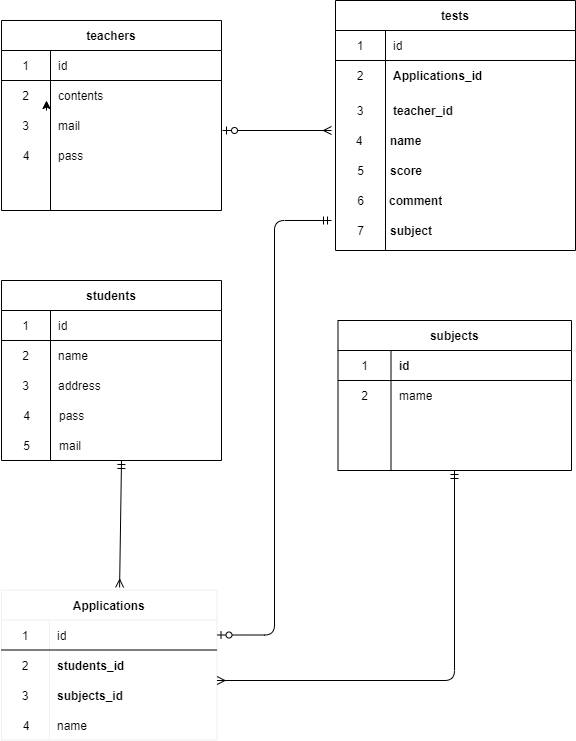
Above: index.drawio.png in konomi0527/20210724kato (draw.io), before the change. Source tidied: cells renumbered, new cells last; positions are measured from the earlier drawing's top-left corner, leaving out a move shared by most shapes.
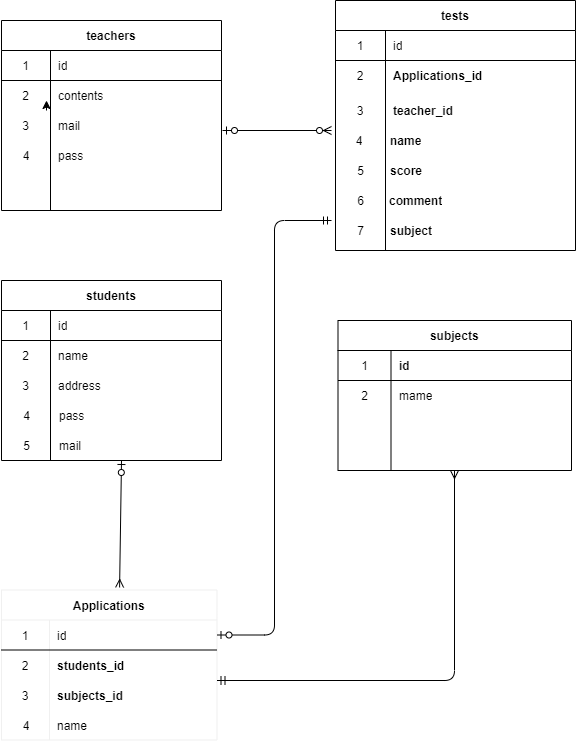
After the commit.

Commit message:
修正内容が分かるコミットメッセージ

What changed in the source:
```diff
@@ -200,18 +200,18 @@
     <mxCell id="66" value="name" style="shape=partialRectangle;html=1;whiteSpace=wrap;fillColor=none;top=0;left=0;bottom=0;right=0;align=left;spacingLeft=6;overflow=hidden;" parent="1" vertex="1">
       <mxGeometry x="47.5" y="709.5" width="168" height="30" as="geometry" />
     </mxCell>
-    <mxCell id="67" style="endArrow=ERmandOne;html=1;exitX=0.548;exitY=-0.017;exitDx=0;exitDy=0;exitPerimeter=0;startArrow=ERmany;startFill=0;endFill=0;" parent="1" edge="1" source="52">
+    <mxCell id="67" style="endArrow=ERzeroToOne;html=1;exitX=0.548;exitY=-0.017;exitDx=0;exitDy=0;exitPerimeter=0;startArrow=ERmany;startFill=0;endFill=1;" parent="1" edge="1" source="52">
       <mxGeometry relative="1" as="geometry">
         <mxPoint x="120" y="460" as="targetPoint" />
       </mxGeometry>
     </mxCell>
-    <mxCell id="68" style="endArrow=ERmany;html=1;endFill=0;startArrow=ERzeroToOne;startFill=1;" parent="1" edge="1">
+    <mxCell id="68" style="endArrow=ERzeroToMany;html=1;endFill=1;startArrow=ERzeroToOne;startFill=1;" parent="1" edge="1">
       <mxGeometry relative="1" as="geometry">
         <mxPoint x="221" y="130" as="sourcePoint" />
         <mxPoint x="330" y="130" as="targetPoint" />
       </mxGeometry>
     </mxCell>
-    <mxCell id="69" style="edgeStyle=segmentEdgeStyle;endArrow=ERmandOne;html=1;endFill=0;startArrow=ERmany;startFill=0;" parent="1" edge="1">
+    <mxCell id="69" style="edgeStyle=segmentEdgeStyle;endArrow=ERmany;html=1;endFill=0;startArrow=ERmandOne;startFill=0;" parent="1" edge="1">
       <mxGeometry relative="1" as="geometry">
         <mxPoint x="215.5" y="680" as="sourcePoint" />
         <mxPoint x="453" y="470" as="targetPoint" />
```
